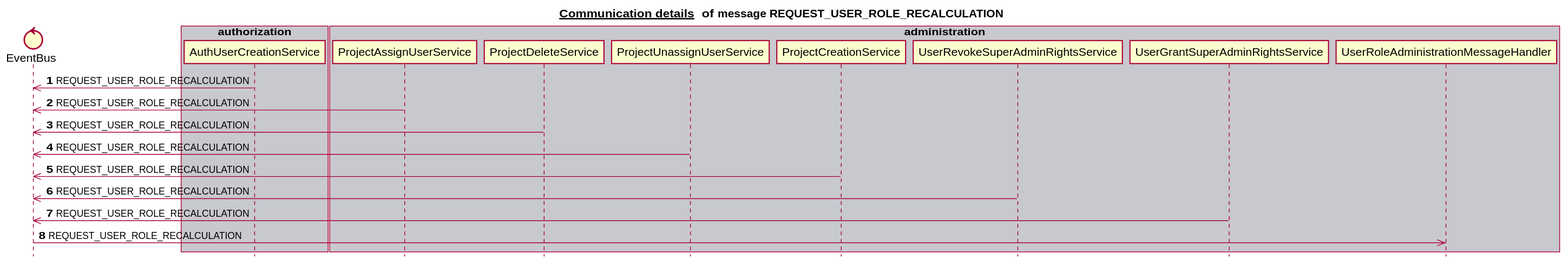
Above: docs/latest/images/gen_domain_messaging_request_user_role_recalculation.svg in mercedes-benz/sechub (PlantUML), before the change.
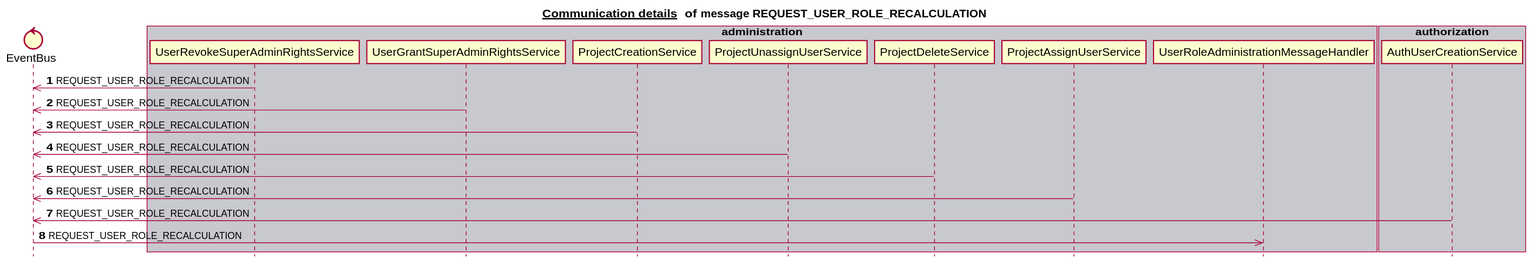
The same diagram one commit later.

Change to the diagram source:
```diff
@@ -6,32 +6,32 @@
 
 
 control EventBus
+box "administration" #C8C8CF
+   participant UserRevokeSuperAdminRightsService
+   participant UserGrantSuperAdminRightsService
+   participant ProjectCreationService
+   participant ProjectUnassignUserService
+   participant ProjectDeleteService
+   participant ProjectAssignUserService
+   participant UserRoleAdministrationMessageHandler
+end box
+box "schedule" #F8F8FF
+end box
 box "authorization" #C8C8CF
    participant AuthUserCreationService
 end box
 box "scan" #F8F8FF
 end box
-box "administration" #C8C8CF
-   participant ProjectAssignUserService
-   participant ProjectDeleteService
-   participant ProjectUnassignUserService
-   participant ProjectCreationService
-   participant UserRevokeSuperAdminRightsService
-   participant UserGrantSuperAdminRightsService
-   participant UserRoleAdministrationMessageHandler
-end box
-box "schedule" #F8F8FF
-end box
 box "notification" #C8C8CF
 end box
 autonumber 1
-AuthUserCreationService ->> EventBus:REQUEST_USER_ROLE_RECALCULATION
-ProjectAssignUserService ->> EventBus:REQUEST_USER_ROLE_RECALCULATION
-ProjectDeleteService ->> EventBus:REQUEST_USER_ROLE_RECALCULATION
-ProjectUnassignUserService ->> EventBus:REQUEST_USER_ROLE_RECALCULATION
-ProjectCreationService ->> EventBus:REQUEST_USER_ROLE_RECALCULATION
 UserRevokeSuperAdminRightsService ->> EventBus:REQUEST_USER_ROLE_RECALCULATION
 UserGrantSuperAdminRightsService ->> EventBus:REQUEST_USER_ROLE_RECALCULATION
+ProjectCreationService ->> EventBus:REQUEST_USER_ROLE_RECALCULATION
+ProjectUnassignUserService ->> EventBus:REQUEST_USER_ROLE_RECALCULATION
+ProjectDeleteService ->> EventBus:REQUEST_USER_ROLE_RECALCULATION
+ProjectAssignUserService ->> EventBus:REQUEST_USER_ROLE_RECALCULATION
+AuthUserCreationService ->> EventBus:REQUEST_USER_ROLE_RECALCULATION
 EventBus ->> UserRoleAdministrationMessageHandler:REQUEST_USER_ROLE_RECALCULATION
 autonumber stop
 
```
